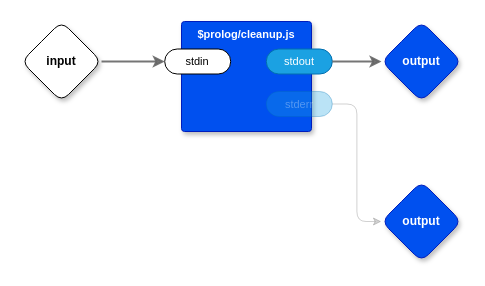
Before: page "Cleanup" (18 of 20) of js/js.drawio in guitarvydas/transpiler, a draw.io diagram. Source tidied: cells renumbered, new cells numbered last; positions are measured from the earlier drawing's top-left corner, leaving out a move shared by most shapes. Both pictures are drawn from the tidied source at 100%, with x=0, y=0 at pixel (21, 21).
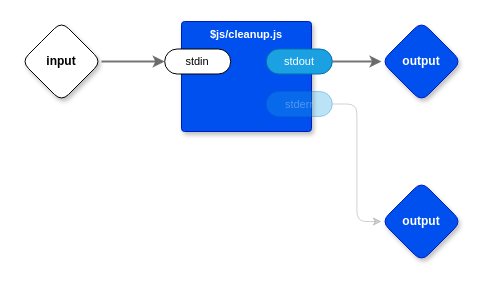
The same page after the edit.

Diff of the diagram source:
```diff
@@
 <mxGraphModel>
   <root>
     <mxCell id="0" />
     <mxCell id="1" parent="0" />
-    <mxCell id="2" value="$prolog/cleanup.js" style="rounded=1;whiteSpace=wrap;html=1;sketch=0;verticalAlign=top;arcSize=6;fontStyle=1;absoluteArcSize=1;shadow=1;strokeColor=#001DBC;fillColor=#0050ef;fontColor=#ffffff;fontFamily=Helvetica;fontSize=11;" parent="1" vertex="1">
+    <mxCell id="2" value="$js/cleanup.js" style="rounded=1;whiteSpace=wrap;html=1;sketch=0;verticalAlign=top;arcSize=6;fontStyle=1;absoluteArcSize=1;shadow=1;strokeColor=#001DBC;fillColor=#0050ef;fontColor=#ffffff;fontFamily=Helvetica;fontSize=11;" parent="1" vertex="1">
       <mxGeometry x="160" width="130" height="110" as="geometry" />
     </mxCell>
     <mxCell id="3" value="stdin" style="rounded=1;whiteSpace=wrap;html=1;sketch=0;points=[[0,0.5,0,0,0],[1,0.5,0,0,0]];arcSize=50;fontFamily=Helvetica;fontSize=11;fontColor=default;" parent="2" vertex="1">
       <mxGeometry x="-16.8" y="27.5" width="66" height="25" as="geometry" />
     </mxCell>
     <mxCell id="4" value="stdout" style="rounded=1;whiteSpace=wrap;html=1;sketch=0;points=[[0,0.5,0,0,0],[1,0.5,0,0,0]];fillColor=#1ba1e2;fontColor=#ffffff;strokeColor=#006EAF;arcSize=50;fontFamily=Helvetica;fontSize=11;" parent="2" vertex="1">
       <mxGeometry x="84.8" y="27.5" width="66" height="25" as="geometry" />
     </mxCell>
     <mxCell id="5" value="stderr" style="rounded=1;whiteSpace=wrap;sketch=0;points=[[0,0.5,0,0,0],[1,0.5,0,0,0]];fillColor=#1ba1e2;fontColor=#ffffff;strokeColor=#006EAF;arcSize=50;fontFamily=Helvetica;fontSize=11;textOpacity=30;opacity=30;" parent="2" vertex="1">
       <mxGeometry x="84.8" y="70" width="66" height="25" as="geometry" />
     </mxCell>
     <mxCell id="6" style="edgeStyle=orthogonalEdgeStyle;shape=connector;rounded=1;jumpStyle=arc;jettySize=auto;html=1;exitX=1;exitY=0.5;exitDx=0;exitDy=0;exitPerimeter=0;labelBackgroundColor=default;strokeColor=#666666;strokeWidth=2;fontFamily=Helvetica;fontSize=11;fontColor=default;endArrow=classic;fillColor=#f5f5f5;opacity=90;" parent="1" edge="1" source="7" target="3">
       <mxGeometry relative="1" as="geometry" />
     </mxCell>
     <mxCell id="7" value="input" style="rhombus;whiteSpace=wrap;html=1;rounded=1;fontStyle=1;glass=0;sketch=0;fontSize=12;points=[[0,0.5,0,0,0],[0.5,0,0,0,0],[0.5,1,0,0,0],[1,0.5,0,0,0]];shadow=1;fontFamily=Helvetica;fontColor=default;" parent="1" vertex="1">
       <mxGeometry width="80" height="80" as="geometry" />
     </mxCell>
     <mxCell id="8" value="output" style="rhombus;whiteSpace=wrap;html=1;rounded=1;fillColor=#0050ef;fontColor=#ffffff;strokeColor=#001DBC;fontStyle=1;glass=0;sketch=0;fontSize=12;points=[[0,0.5,0,0,0],[0.5,0,0,0,0],[0.5,1,0,0,0],[1,0.5,0,0,0]];shadow=1;fontFamily=Helvetica;" parent="1" vertex="1">
       <mxGeometry x="360" width="80" height="80" as="geometry" />
     </mxCell>
     <mxCell id="9" value="output" style="rhombus;whiteSpace=wrap;html=1;rounded=1;fillColor=#0050ef;fontColor=#ffffff;strokeColor=#001DBC;fontStyle=1;glass=0;sketch=0;fontSize=12;points=[[0,0.5,0,0,0],[0.5,0,0,0,0],[0.5,1,0,0,0],[1,0.5,0,0,0]];shadow=1;fontFamily=Helvetica;" parent="1" vertex="1">
       <mxGeometry x="360" y="160" width="80" height="80" as="geometry" />
     </mxCell>
     <mxCell id="10" style="edgeStyle=orthogonalEdgeStyle;shape=connector;rounded=1;jumpStyle=arc;jettySize=auto;html=1;exitX=1;exitY=0.5;exitDx=0;exitDy=0;exitPerimeter=0;entryX=0;entryY=0.5;entryDx=0;entryDy=0;entryPerimeter=0;labelBackgroundColor=default;strokeColor=#666666;strokeWidth=1;fontFamily=Helvetica;fontSize=11;fontColor=default;endArrow=classic;fillColor=#f5f5f5;opacity=30;" parent="1" edge="1" source="5" target="9">
       <mxGeometry relative="1" as="geometry" />
     </mxCell>
     <mxCell id="11" style="edgeStyle=orthogonalEdgeStyle;shape=connector;rounded=1;jumpStyle=arc;jettySize=auto;html=1;exitX=1;exitY=0.5;exitDx=0;exitDy=0;exitPerimeter=0;entryX=0;entryY=0.5;entryDx=0;entryDy=0;entryPerimeter=0;labelBackgroundColor=default;strokeColor=#666666;strokeWidth=2;fontFamily=Helvetica;fontSize=11;fontColor=default;endArrow=classic;fillColor=#f5f5f5;opacity=90;" parent="1" edge="1" source="4" target="8">
       <mxGeometry relative="1" as="geometry" />
     </mxCell>
   </root>
 </mxGraphModel>
```
